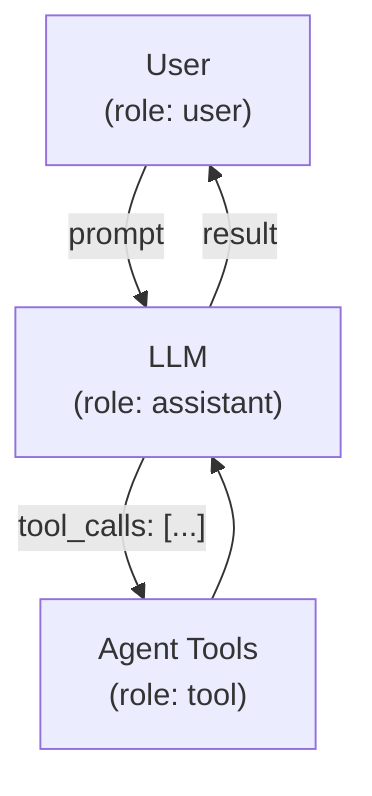
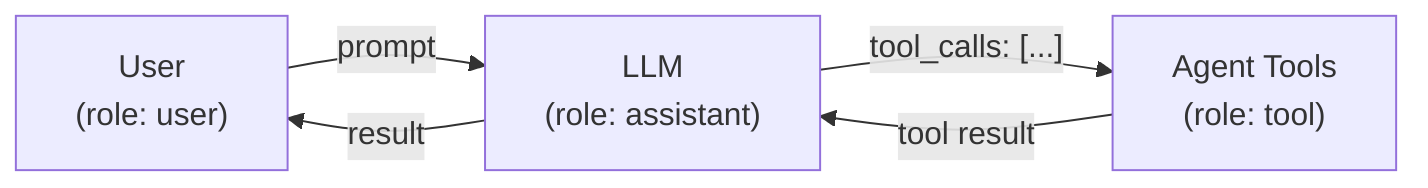
- graph TD
+ graph LR
    User["User<br/>(role: user)"] -->|"prompt"| LLM["LLM<br/>(role: assistant)"]
    LLM -->|"result"| User
    LLM -->|"tool_calls: [...]"| Agent["Agent Tools<br/>(role: tool)"]
-     Agent --> LLM
+     Agent -->|"tool result"| LLM
